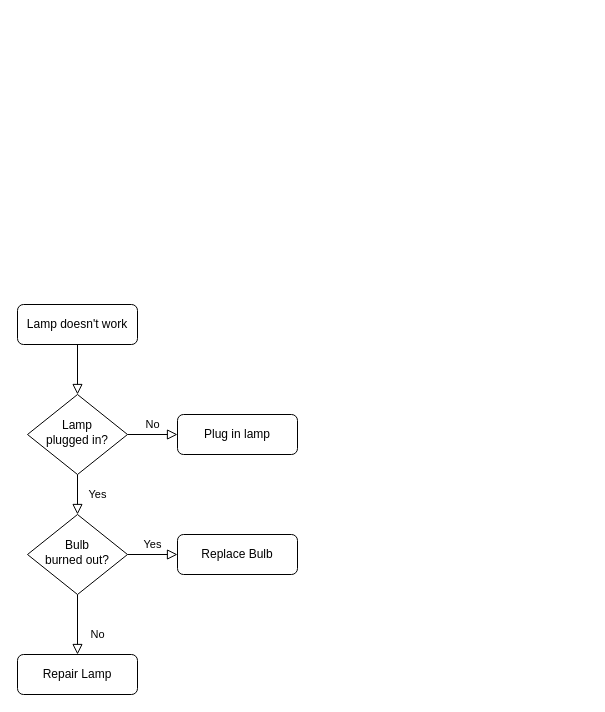
Above: Untitled Diagram.drawio in zhangzonglin/policy-mall (draw.io), before the change. Source tidied: cells renumbered, new cells numbered last; positions are measured from the earlier drawing's top-left corner, leaving out a move shared by most shapes. Both pictures are drawn from the tidied source at 100%, with x=0, y=0 at pixel (17, 304).
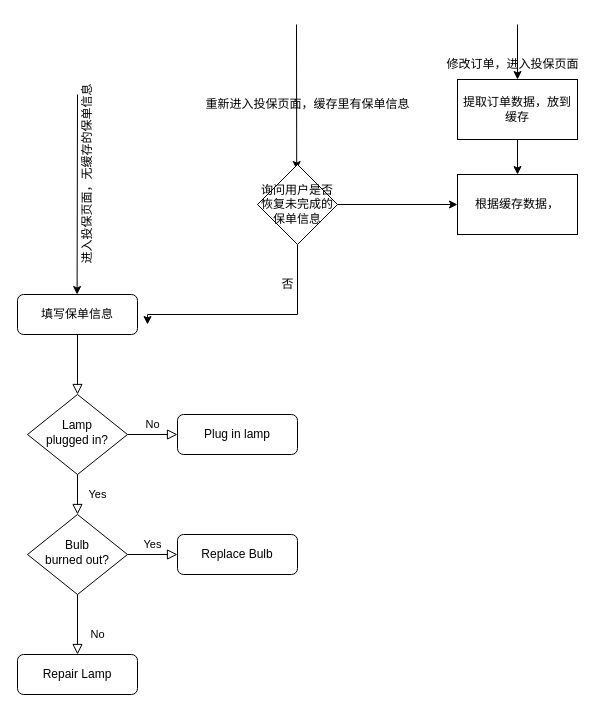
The same diagram, later.

What changed in the source:
```diff
@@
+    <mxCell id="13" value="进入投保页面，无缓存的保单信息" style="text;html=1;align=center;verticalAlign=middle;strokeColor=none;rotation=0;horizontal=0;fontFamily=Verdana;" parent="1" vertex="1">
+      <mxGeometry x="55" y="-225" width="30" height="190" as="geometry" />
+    </mxCell>
@@
-    <mxCell id="3" value="Lamp doesn't work" style="rounded=1;whiteSpace=wrap;html=1;fontSize=12;glass=0;strokeWidth=1;shadow=0;" parent="1" vertex="1">
-      <mxGeometry width="120" height="40" as="geometry" />
+    <mxCell id="3" value="填写保单信息" style="rounded=1;whiteSpace=wrap;html=1;fontSize=12;glass=0;strokeWidth=1;shadow=0;" parent="1" vertex="1">
+      <mxGeometry y="-10" width="120" height="40" as="geometry" />
     </mxCell>
@@
+    <mxCell id="14" style="endArrow=classic;html=1;" parent="1" edge="1">
+      <mxGeometry relative="1" as="geometry">
+        <mxPoint x="60" y="-210" as="sourcePoint" />
+        <mxPoint x="59.6" y="-10" as="targetPoint" />
+      </mxGeometry>
+    </mxCell>
+    <mxCell id="15" style="endArrow=classic;html=1;fontFamily=Verdana;" parent="1" edge="1">
+      <mxGeometry relative="1" as="geometry">
+        <mxPoint x="279" y="-280" as="sourcePoint" />
+        <mxPoint x="279.2" y="-135" as="targetPoint" />
+      </mxGeometry>
+    </mxCell>
+    <mxCell id="16" value="重新进入投保页面，缓存里有保单信息" style="text;html=1;align=center;verticalAlign=middle;strokeColor=none;fontFamily=Verdana;" parent="1" vertex="1">
+      <mxGeometry x="180" y="-210" width="220" height="20" as="geometry" />
+    </mxCell>
+    <mxCell id="17" style="edgeStyle=orthogonalEdgeStyle;rounded=0;jettySize=auto;html=1;fontFamily=Verdana;" parent="1" edge="1" source="19">
+      <mxGeometry relative="1" as="geometry">
+        <mxPoint x="130" y="20" as="targetPoint" />
+        <Array as="points">
+          <mxPoint x="280" y="10" />
+          <mxPoint x="130" y="10" />
+        </Array>
+      </mxGeometry>
+    </mxCell>
+    <mxCell id="18" style="edgeStyle=orthogonalEdgeStyle;rounded=0;jettySize=auto;html=1;entryX=0;entryY=0.5;entryDx=0;entryDy=0;fontFamily=Verdana;" parent="1" edge="1" source="19" target="25">
+      <mxGeometry relative="1" as="geometry" />
+    </mxCell>
+    <mxCell id="19" value="询问用户是否恢复未完成的保单信息" style="rhombus;whiteSpace=wrap;html=1;fontFamily=Verdana;align=center;verticalAlign=middle;" parent="1" vertex="1">
+      <mxGeometry x="240" y="-140" width="80" height="80" as="geometry" />
+    </mxCell>
+    <mxCell id="20" value="否" style="text;html=1;align=center;verticalAlign=middle;strokeColor=none;fontFamily=Verdana;" parent="1" vertex="1">
+      <mxGeometry x="255" y="-30" width="30" height="20" as="geometry" />
+    </mxCell>
+    <mxCell id="21" style="endArrow=classic;html=1;fontFamily=Verdana;" parent="1" edge="1" target="23">
+      <mxGeometry relative="1" as="geometry">
+        <mxPoint x="500" y="-280" as="sourcePoint" />
+      </mxGeometry>
+    </mxCell>
+    <mxCell id="22" style="edgeStyle=orthogonalEdgeStyle;rounded=0;jettySize=auto;html=1;fontFamily=Verdana;" parent="1" edge="1" source="23" target="25">
+      <mxGeometry relative="1" as="geometry" />
+    </mxCell>
+    <mxCell id="23" value="提取订单数据，放到缓存" style="rounded=0;whiteSpace=wrap;html=1;fontFamily=Verdana;align=center;verticalAlign=middle;" parent="1" vertex="1">
+      <mxGeometry x="440" y="-225" width="120" height="60" as="geometry" />
+    </mxCell>
+    <mxCell id="24" value="修改订单，进入投保页面" style="text;html=1;align=center;verticalAlign=middle;strokeColor=none;fontFamily=Verdana;" parent="1" vertex="1">
+      <mxGeometry x="420" y="-250" width="150" height="20" as="geometry" />
+    </mxCell>
+    <mxCell id="25" value="根据缓存数据，" style="rounded=0;whiteSpace=wrap;html=1;fontFamily=Verdana;align=center;verticalAlign=middle;" parent="1" vertex="1">
+      <mxGeometry x="440" y="-130" width="120" height="60" as="geometry" />
+    </mxCell>
```
